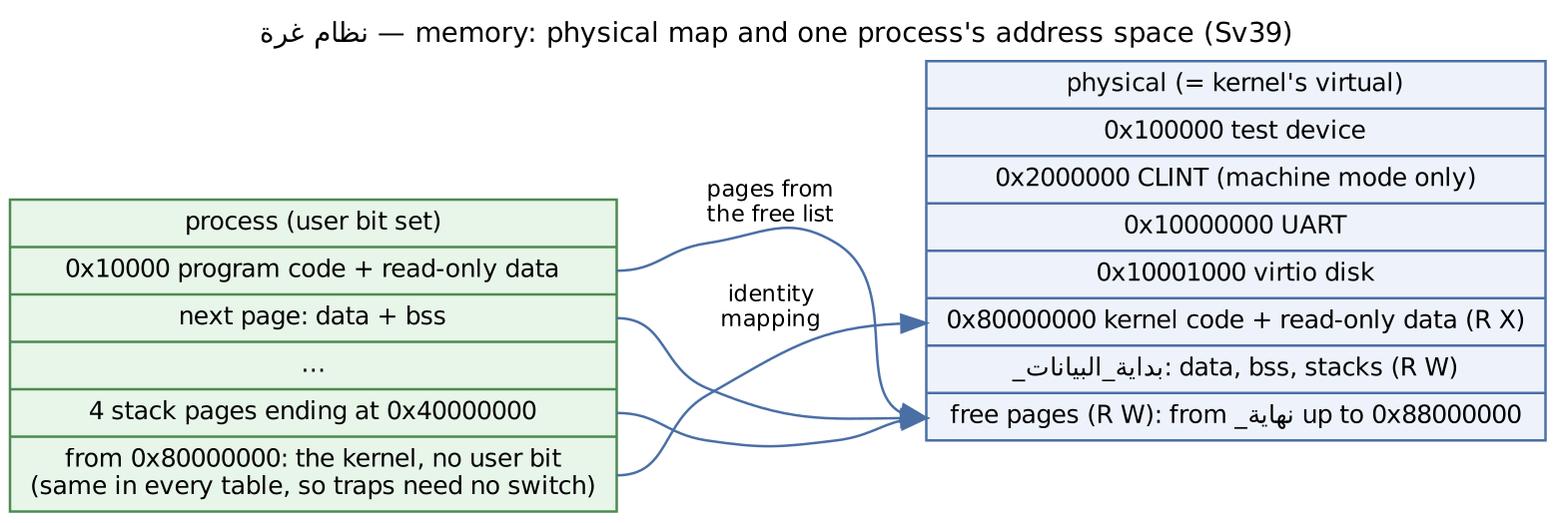
This is docs/diagrams/os_memory.png from MahmoudEmad1491999/arabic-riscv-toolchain, a Graphviz export, as it was before one commit. Its source is kept beside it as docs/diagrams/os_memory.dot. The source it was exported from:
```dot
digraph os_memory {
  graph [rankdir=LR, fontname="Helvetica", fontsize=11, nodesep=0.5, ranksep=1.0,
         label="نظام غرة — memory: physical map and one process's address space (Sv39)", labelloc=t];
  node  [fontname="Helvetica", fontsize=10, shape=record, style="filled", fillcolor="#eef3fb", color="#4a6fa5"];
  edge  [fontname="Helvetica", fontsize=9, color="#4a6fa5"];

  phys [label="physical (= kernel's virtual)|0x100000 test device|0x2000000 CLINT (machine mode only)|0x10000000 UART|0x10001000 virtio disk|<k> 0x80000000 kernel code + read-only data (R X)|<d> _بداية_البيانات: data, bss, stacks (R W)|<f> free pages (R W): from _نهاية up to 0x88000000"];
  proc [label="process (user bit set)|<c> 0x10000 program code + read-only data|<pd> next page: data + bss|…|<st> 4 stack pages ending at 0x40000000|<kk> from 0x80000000: the kernel, no user bit\n(same in every table, so traps need no switch)", fillcolor="#e8f5e9", color="#4b8b4f"];
  proc:c -> phys:f [label="pages from\nthe free list"];
  proc:pd -> phys:f; proc:st -> phys:f;
  proc:kk -> phys:k [label="identity\nmapping"];
}
```
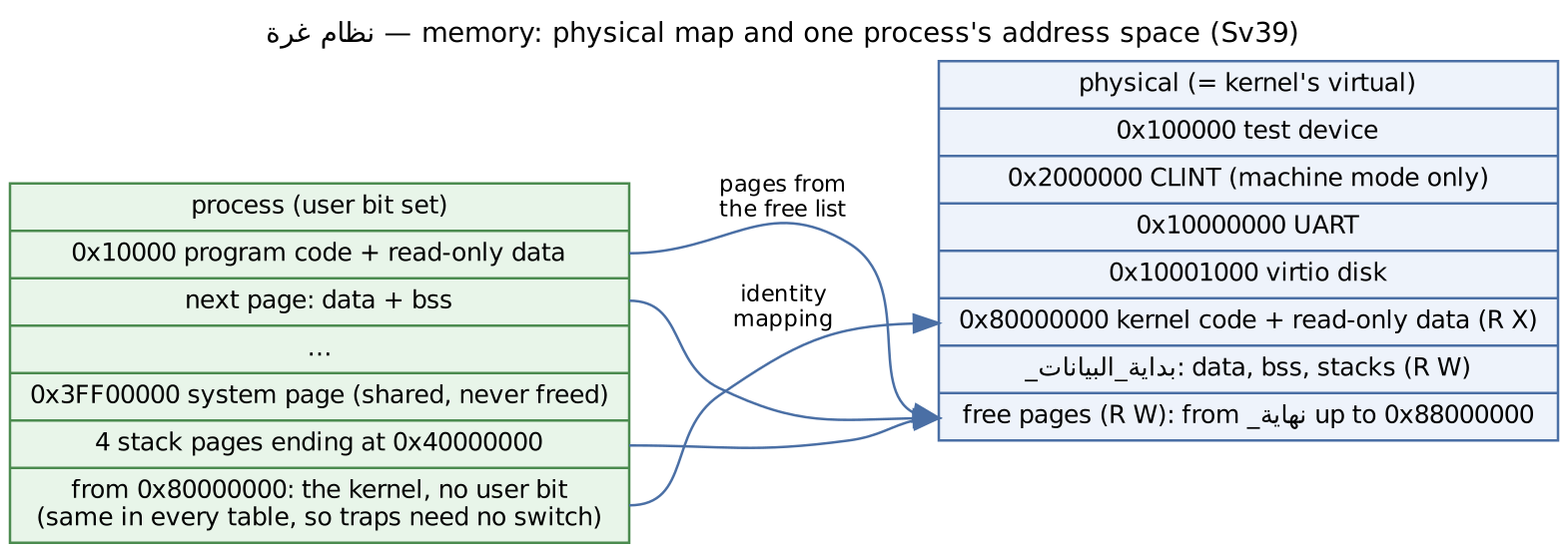
Above is the later version.

Diff of the diagram source:
```diff
@@ -5,7 +5,7 @@
   edge  [fontname="Helvetica", fontsize=9, color="#4a6fa5"];
 
   phys [label="physical (= kernel's virtual)|0x100000 test device|0x2000000 CLINT (machine mode only)|0x10000000 UART|0x10001000 virtio disk|<k> 0x80000000 kernel code + read-only data (R X)|<d> _بداية_البيانات: data, bss, stacks (R W)|<f> free pages (R W): from _نهاية up to 0x88000000"];
-  proc [label="process (user bit set)|<c> 0x10000 program code + read-only data|<pd> next page: data + bss|…|<st> 4 stack pages ending at 0x40000000|<kk> from 0x80000000: the kernel, no user bit\n(same in every table, so traps need no switch)", fillcolor="#e8f5e9", color="#4b8b4f"];
+  proc [label="process (user bit set)|<c> 0x10000 program code + read-only data|<pd> next page: data + bss|…|<sp> 0x3FF00000 system page (shared, never freed)|<st> 4 stack pages ending at 0x40000000|<kk> from 0x80000000: the kernel, no user bit\n(same in every table, so traps need no switch)", fillcolor="#e8f5e9", color="#4b8b4f"];
   proc:c -> phys:f [label="pages from\nthe free list"];
   proc:pd -> phys:f; proc:st -> phys:f;
   proc:kk -> phys:k [label="identity\nmapping"];
```
